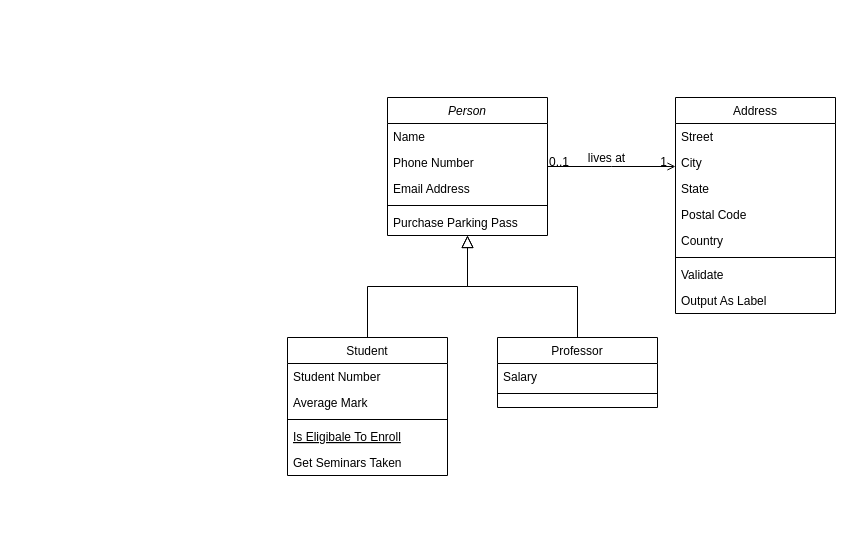
Above: Diagramas/DiagramaClases.drawio in Cicery/ProyectoTallerMecanico (draw.io), before the change. Source tidied: cells renumbered, new cells numbered last; positions are measured from the earlier drawing's top-left corner, leaving out a move shared by most shapes. Both pictures are drawn from the tidied source at 100%, with x=0, y=0 at pixel (287, 97).
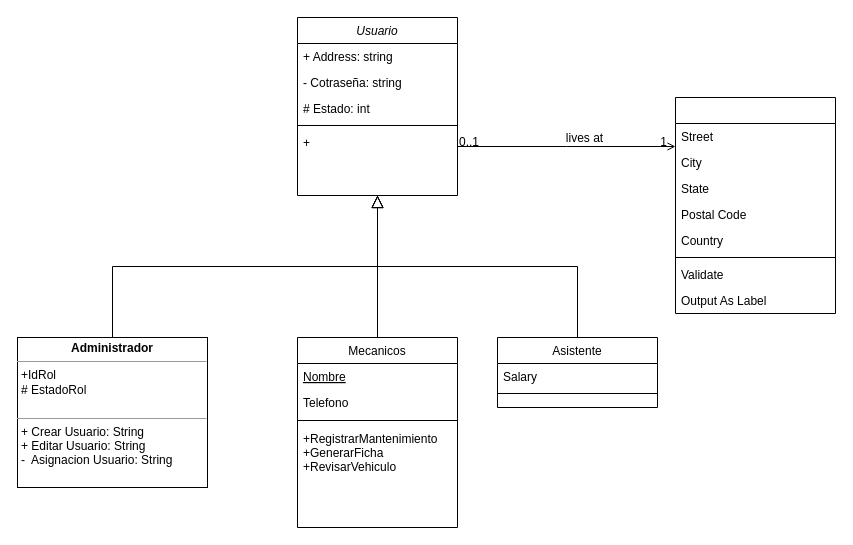
After the change.

What changed in the source:
```diff
@@
-    <mxCell id="2" value="Person" style="swimlane;fontStyle=2;align=center;verticalAlign=top;horizontal=1;startSize=26;rounded=0;shadow=0;strokeWidth=1;" parent="1" vertex="1">
-      <mxGeometry x="100" width="160" height="138" as="geometry" />
+    <mxCell id="2" value="Usuario" style="swimlane;fontStyle=2;align=center;verticalAlign=top;horizontal=1;startSize=26;rounded=0;shadow=0;strokeWidth=1;" parent="1" vertex="1">
+      <mxGeometry x="10" y="-80" width="160" height="178" as="geometry" />
     </mxCell>
-    <mxCell id="3" value="Name" style="text;align=left;verticalAlign=top;spacingLeft=4;spacingRight=4;overflow=hidden;" parent="2" vertex="1">
+    <mxCell id="3" value="+ Address: string" style="text;align=left;verticalAlign=top;spacingLeft=4;spacingRight=4;overflow=hidden;" parent="2" vertex="1">
       <mxGeometry y="26" width="160" height="26" as="geometry" />
     </mxCell>
-    <mxCell id="4" value="Phone Number" style="text;align=left;verticalAlign=top;spacingLeft=4;spacingRight=4;overflow=hidden;rounded=0;shadow=0;html=0;" parent="2" vertex="1">
+    <mxCell id="4" value="- Cotraseña: string" style="text;align=left;verticalAlign=top;spacingLeft=4;spacingRight=4;overflow=hidden;rounded=0;shadow=0;html=0;" parent="2" vertex="1">
       <mxGeometry y="52" width="160" height="26" as="geometry" />
     </mxCell>
-    <mxCell id="5" value="Email Address" style="text;align=left;verticalAlign=top;spacingLeft=4;spacingRight=4;overflow=hidden;rounded=0;shadow=0;html=0;" parent="2" vertex="1">
+    <mxCell id="5" value="# Estado: int" style="text;align=left;verticalAlign=top;spacingLeft=4;spacingRight=4;overflow=hidden;rounded=0;shadow=0;html=0;" parent="2" vertex="1">
       <mxGeometry y="78" width="160" height="26" as="geometry" />
     </mxCell>
@@
-    <mxCell id="7" value="Purchase Parking Pass" style="text;align=left;verticalAlign=top;spacingLeft=4;spacingRight=4;overflow=hidden;" parent="2" vertex="1">
+    <mxCell id="7" value="+" style="text;align=left;verticalAlign=top;spacingLeft=4;spacingRight=4;overflow=hidden;" parent="2" vertex="1">
       <mxGeometry y="112" width="160" height="26" as="geometry" />
     </mxCell>
-    <mxCell id="8" value="Student" style="swimlane;fontStyle=0;align=center;verticalAlign=top;horizontal=1;startSize=26;rounded=0;shadow=0;strokeWidth=1;" parent="1" vertex="1">
-      <mxGeometry y="240" width="160" height="138" as="geometry" />
+    <mxCell id="8" value="Mecanicos" style="swimlane;fontStyle=0;align=center;verticalAlign=top;horizontal=1;startSize=26;rounded=0;shadow=0;strokeWidth=1;" parent="1" vertex="1">
+      <mxGeometry x="10" y="240" width="160" height="190" as="geometry" />
     </mxCell>
-    <mxCell id="9" value="Student Number" style="text;align=left;verticalAlign=top;spacingLeft=4;spacingRight=4;overflow=hidden;" parent="8" vertex="1">
-      <mxGeometry y="26" width="160" height="26" as="geometry" />
-    </mxCell>
-    <mxCell id="10" value="Average Mark" style="text;align=left;verticalAlign=top;spacingLeft=4;spacingRight=4;overflow=hidden;rounded=0;shadow=0;html=0;" parent="8" vertex="1">
-      <mxGeometry y="52" width="160" height="26" as="geometry" />
-    </mxCell>
-    <mxCell id="11" style="line;html=1;strokeWidth=1;align=left;verticalAlign=middle;spacingTop=-1;spacingLeft=3;spacingRight=3;labelPosition=right;" parent="8" vertex="1">
-      <mxGeometry y="78" width="160" height="8" as="geometry" />
-    </mxCell>
-    <mxCell id="12" value="Is Eligibale To Enroll" style="text;align=left;verticalAlign=top;spacingLeft=4;spacingRight=4;overflow=hidden;fontStyle=4;" parent="8" vertex="1">
-      <mxGeometry y="86" width="160" height="26" as="geometry" />
+    <mxCell id="12" value="Nombre" style="text;align=left;verticalAlign=top;spacingLeft=4;spacingRight=4;overflow=hidden;fontStyle=4;" parent="8" vertex="1">
+      <mxGeometry y="26" width="160" height="26" as="geometry" />
     </mxCell>
-    <mxCell id="13" value="Get Seminars Taken" style="text;align=left;verticalAlign=top;spacingLeft=4;spacingRight=4;overflow=hidden;" parent="8" vertex="1">
-      <mxGeometry y="112" width="160" height="26" as="geometry" />
+    <mxCell id="13" value="Telefono" style="text;align=left;verticalAlign=top;spacingLeft=4;spacingRight=4;overflow=hidden;" parent="8" vertex="1">
+      <mxGeometry y="52" width="160" height="26" as="geometry" />
     </mxCell>
+    <mxCell id="11" style="line;html=1;strokeWidth=1;align=left;verticalAlign=middle;spacingTop=-1;spacingLeft=3;spacingRight=3;labelPosition=right;" parent="8" vertex="1">
+      <mxGeometry y="78" width="160" height="10" as="geometry" />
+    </mxCell>
+    <mxCell id="9" value="+RegistrarMantenimiento&#10;+GenerarFicha&#10;+RevisarVehiculo" style="text;align=left;verticalAlign=top;spacingLeft=4;spacingRight=4;overflow=hidden;" parent="8" vertex="1">
+      <mxGeometry y="88" width="160" height="54" as="geometry" />
+    </mxCell>
@@
-    <mxCell id="15" value="Professor" style="swimlane;fontStyle=0;align=center;verticalAlign=top;horizontal=1;startSize=26;rounded=0;shadow=0;strokeWidth=1;" parent="1" vertex="1">
+    <mxCell id="15" value="Asistente" style="swimlane;fontStyle=0;align=center;verticalAlign=top;horizontal=1;startSize=26;rounded=0;shadow=0;strokeWidth=1;" parent="1" vertex="1">
       <mxGeometry x="210" y="240" width="160" height="70" as="geometry" />
     </mxCell>
@@
-    <mxCell id="19" value="Address" style="swimlane;fontStyle=0;align=center;verticalAlign=top;horizontal=1;startSize=26;rounded=0;shadow=0;strokeWidth=1;" parent="1" vertex="1">
+    <mxCell id="19" style="swimlane;fontStyle=0;align=center;verticalAlign=top;horizontal=1;startSize=26;rounded=0;shadow=0;strokeWidth=1;" parent="1" vertex="1">
       <mxGeometry x="388" width="160" height="216" as="geometry" />
     </mxCell>
@@
+    <mxCell id="32" value="&lt;p style=&quot;margin: 0px ; margin-top: 4px ; text-align: center&quot;&gt;&lt;b&gt;Administrador&lt;/b&gt;&lt;/p&gt;&lt;hr size=&quot;1&quot;&gt;&lt;p style=&quot;margin: 0px ; margin-left: 4px&quot;&gt;+IdRol&lt;/p&gt;&lt;p style=&quot;margin: 0px ; margin-left: 4px&quot;&gt;# EstadoRol&lt;/p&gt;&lt;p style=&quot;margin: 0px ; margin-left: 4px&quot;&gt;&lt;br&gt;&lt;/p&gt;&lt;hr size=&quot;1&quot;&gt;&lt;p style=&quot;margin: 0px ; margin-left: 4px&quot;&gt;&lt;span&gt;+ Crear Usuario: String&lt;/span&gt;&lt;br&gt;&lt;/p&gt;&lt;p style=&quot;margin: 0px 0px 0px 4px&quot;&gt;+ Editar Usuario: String&lt;/p&gt;&lt;p style=&quot;margin: 0px 0px 0px 4px&quot;&gt;-&amp;nbsp; Asignacion Usuario: String&lt;/p&gt;" style="swimline;verticalAlign=top;align=left;overflow=fill;fontSize=12;fontFamily=Helvetica;html=1;" parent="1" vertex="1">
+      <mxGeometry x="-270" y="240" width="190" height="150" as="geometry" />
+    </mxCell>
+    <mxCell id="33" style="endArrow=block;endSize=10;endFill=0;shadow=0;strokeWidth=1;rounded=0;edgeStyle=elbowEdgeStyle;elbow=vertical;exitX=0.5;exitY=0;exitDx=0;exitDy=0;" parent="1" edge="1" source="32">
+      <mxGeometry relative="1" as="geometry">
+        <mxPoint x="90" y="98" as="targetPoint" />
+      </mxGeometry>
+    </mxCell>
```
